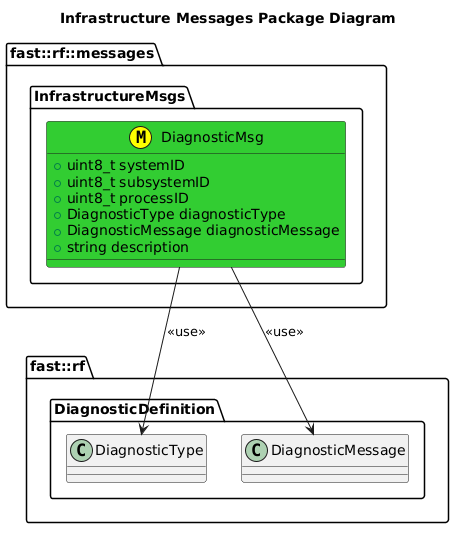
fastrobotics/robot_framework keeps this PlantUML diagram as msgs/InfrastructureMsgs/doc/puml/InfrastructureMessagesClassDiagram.png. Above is the earlier version. Source of this version:
```plantuml
@startuml
title Infrastructure Messages Package Diagram
namespace fast::rf {
  namespace DiagnosticDefinition {
    class DiagnosticType
    class DiagnosticMessage
  }

}
namespace fast::rf::messages {
  namespace InfrastructureMsgs  {
    class DiagnosticMsg <<(M,#FFFF00)>> #LimeGreen {
      +uint8_t systemID
      +uint8_t subsystemID
      +uint8_t processID
      +DiagnosticType diagnosticType
      +DiagnosticMessage diagnosticMessage
      +string description


    }
    DiagnosticMsg --> DiagnosticType: <<use>>
    DiagnosticMsg --> DiagnosticMessage: <<use>>
  }
}
@enduml
```
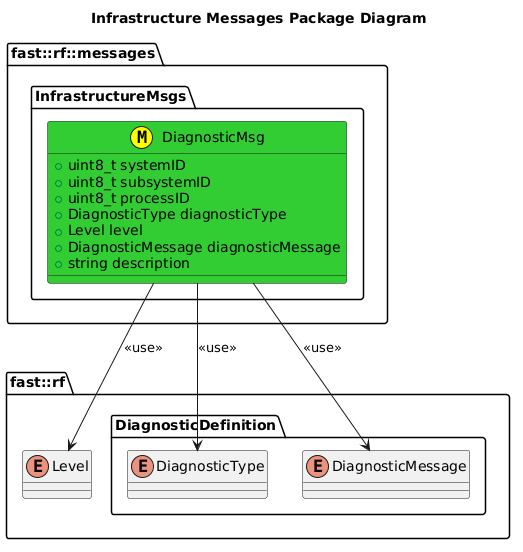
After the change.

What changed in the source:
```diff
@@ -1,9 +1,10 @@
 @startuml
 title Infrastructure Messages Package Diagram
 namespace fast::rf {
+  enum Level
   namespace DiagnosticDefinition {
-    class DiagnosticType
-    class DiagnosticMessage
+    enum DiagnosticType
+    enum DiagnosticMessage
   }
 
 }
@@ -14,11 +15,13 @@
       +uint8_t subsystemID
       +uint8_t processID
       +DiagnosticType diagnosticType
+      +Level level
       +DiagnosticMessage diagnosticMessage
       +string description
 
 
     }
+    DiagnosticMsg --> Level: <<use>>
     DiagnosticMsg --> DiagnosticType: <<use>>
     DiagnosticMsg --> DiagnosticMessage: <<use>>
   }
```
